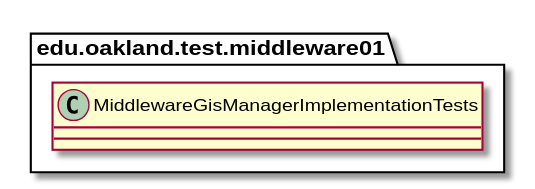
elilley15/csi-3370-software-project keeps this PlantUML diagram as docs/uml-class-diagrams/middleware01/test/MiddlewareGisManagerImplementationTests/MiddlewareGisManagerImplementationTests.svg. Above is the earlier version.
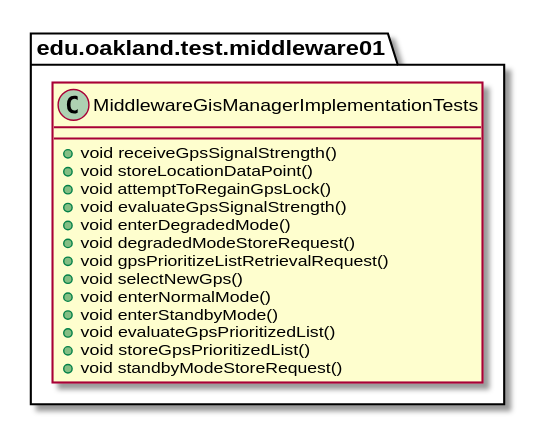
Later version of the same file.

Change to the diagram source:
```diff
@@ -1,9 +1,21 @@
 @startuml MiddlewareGisManagerImplementationTests
 
 package edu.oakland.test.middleware01 {
-    class MiddlewareGisManagerImplementationTests {
-
-    }
+  class MiddlewareGisManagerImplementationTests {
+    + void receiveGpsSignalStrength()
+    + void storeLocationDataPoint()
+    + void attemptToRegainGpsLock()
+    + void evaluateGpsSignalStrength()
+    + void enterDegradedMode()
+    + void degradedModeStoreRequest()
+    + void gpsPrioritizeListRetrievalRequest()
+    + void selectNewGps()
+    + void enterNormalMode()
+    + void enterStandbyMode()
+    + void evaluateGpsPrioritizedList()
+    + void storeGpsPrioritizedList()
+    + void standbyModeStoreRequest()
+  }
 }
 
 @enduml
```
